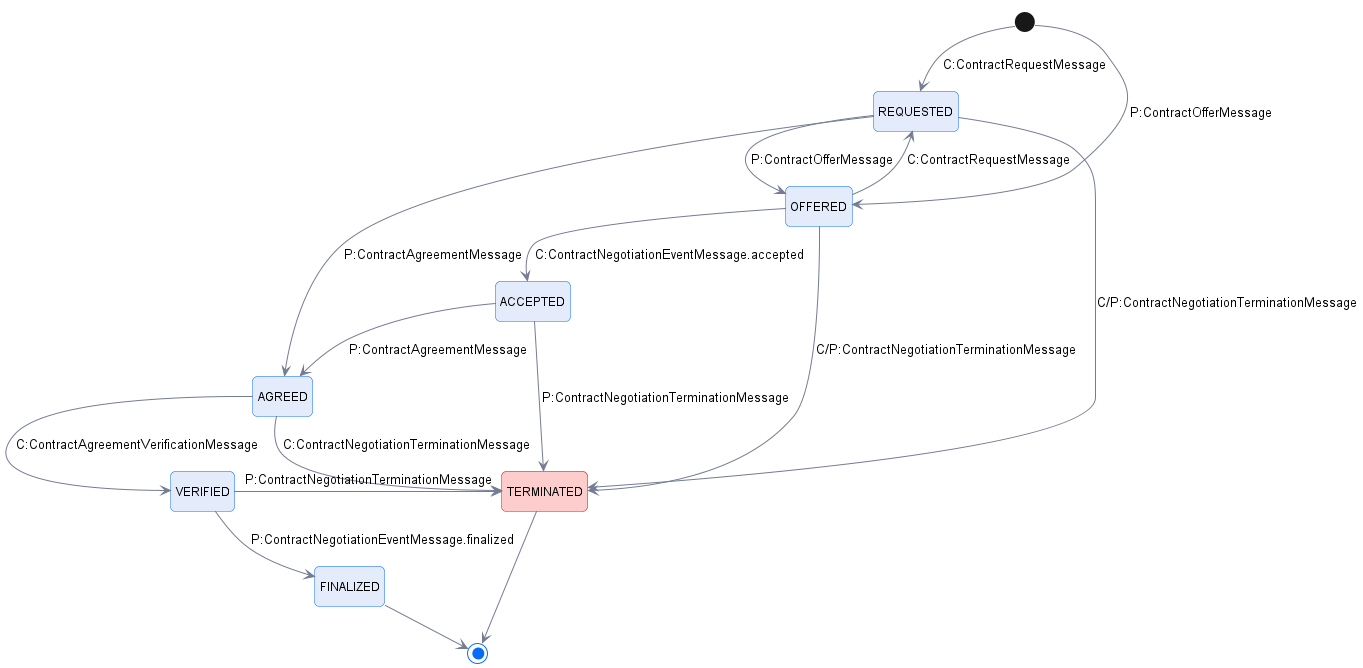
Before: negotiation/contract.negotiation.state.machine.png, a diagram exported from PlantUML (International-Data-Spaces-Association/ids-specification).
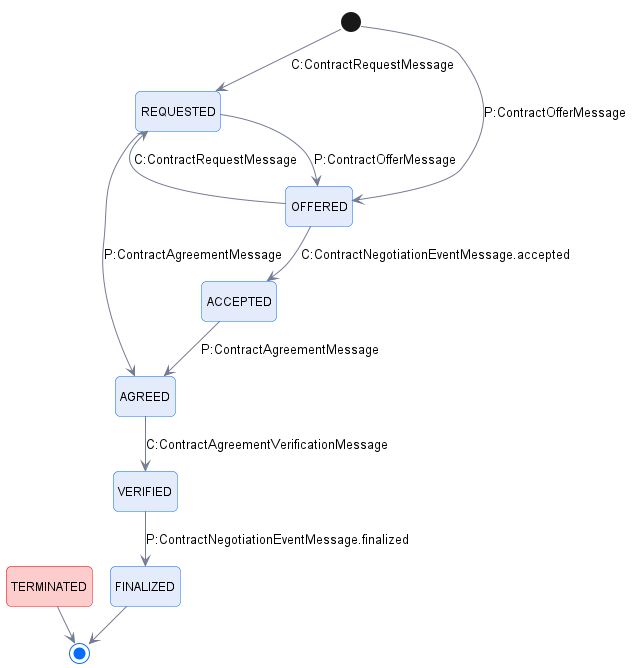
After the commit.

Commit message:
- Remove Terminated Edges

Diff of the diagram source:
```diff
@@ -18,22 +18,17 @@
 
 REQUESTED -->  OFFERED: P:ContractOfferMessage
 REQUESTED -->  AGREED: P:ContractAgreementMessage
-REQUESTED --> TERMINATED: C/P:ContractNegotiationTerminationMessage
 
 OFFERED -->  REQUESTED: C:ContractRequestMessage
 OFFERED -->  ACCEPTED: C:ContractNegotiationEventMessage.accepted
-OFFERED -->  TERMINATED: C/P:ContractNegotiationTerminationMessage
 
 ACCEPTED --> AGREED: P:ContractAgreementMessage
-ACCEPTED -> TERMINATED: P:ContractNegotiationTerminationMessage
 
 AGREED --> VERIFIED: C:ContractAgreementVerificationMessage
-AGREED --> TERMINATED: C:ContractNegotiationTerminationMessage
 
 VERIFIED --> FINALIZED: P:ContractNegotiationEventMessage.finalized
-VERIFIED -> TERMINATED: P:ContractNegotiationTerminationMessage
 
-FINALIZED -->[*]
+FINALIZED --> [*]
 
 TERMINATED --> [*]
 
```
